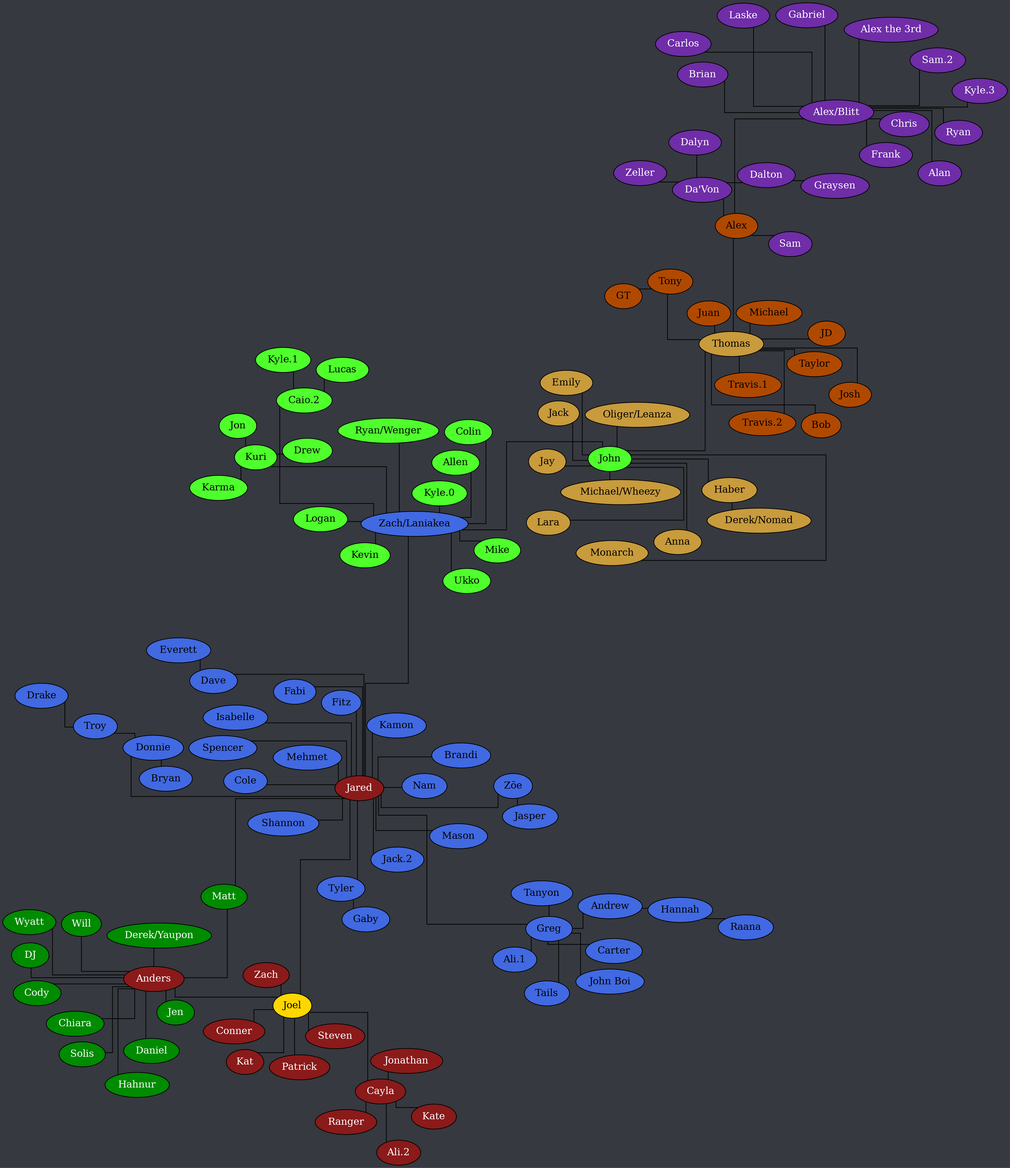
This is tree.png from Documidas/CoronaCatzFamilyTree, a Graphviz export, as it was before one commit. Its source is kept beside it as tree.dot.
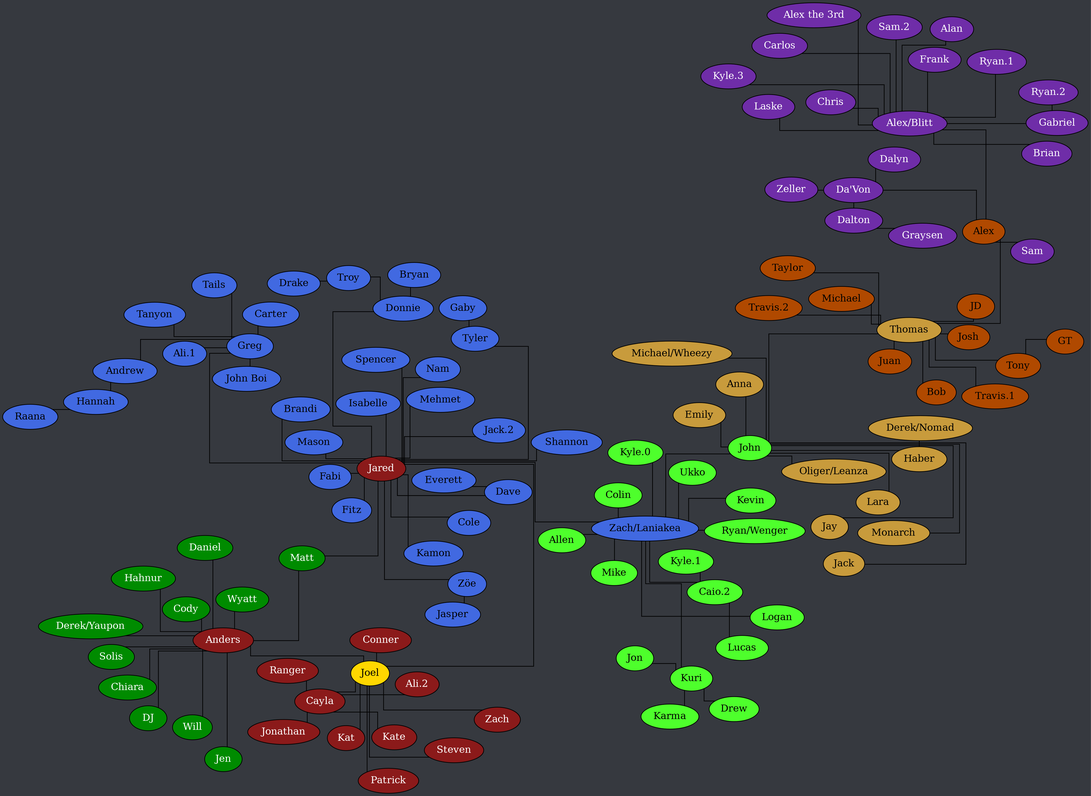
After the commit.

Diff of the diagram source:
```diff
@@ -156,11 +156,12 @@
 		"Alex/Blitt" -- Gabriel;
 		"Alex/Blitt" -- "Kyle.3";
 		"Alex/Blitt" -- Laske;
-		"Alex/Blitt" -- "Ryan";
+		"Alex/Blitt" -- "Ryan.1";
 		"Alex/Blitt" -- "Sam.2";
 		"Da'Von" -- Dalton;
 		"Da'Von" -- Dalyn;
 		"Da'Von" -- Zeller;
 		Dalton -- Graysen;
+		Gabriel -- "Ryan.2";
 	}
 }
```
